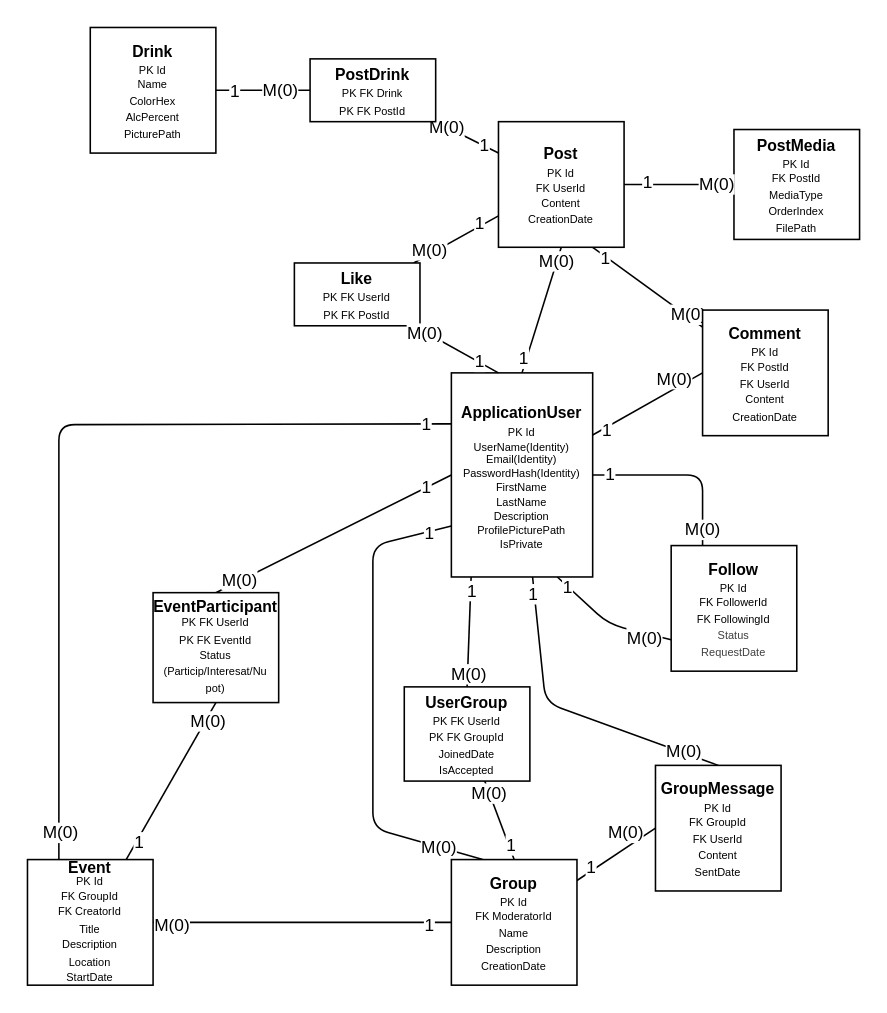
Marius0G/SpritzBuddy keeps this draw.io diagram as ERD.drawio. Above is the earlier version. Source tidied: cells renumbered, new cells numbered last; positions are measured from the earlier drawing's top-left corner, leaving out a move shared by most shapes. Both pictures are drawn from the tidied source at 157%, with x=0, y=0 at pixel (27, 27).
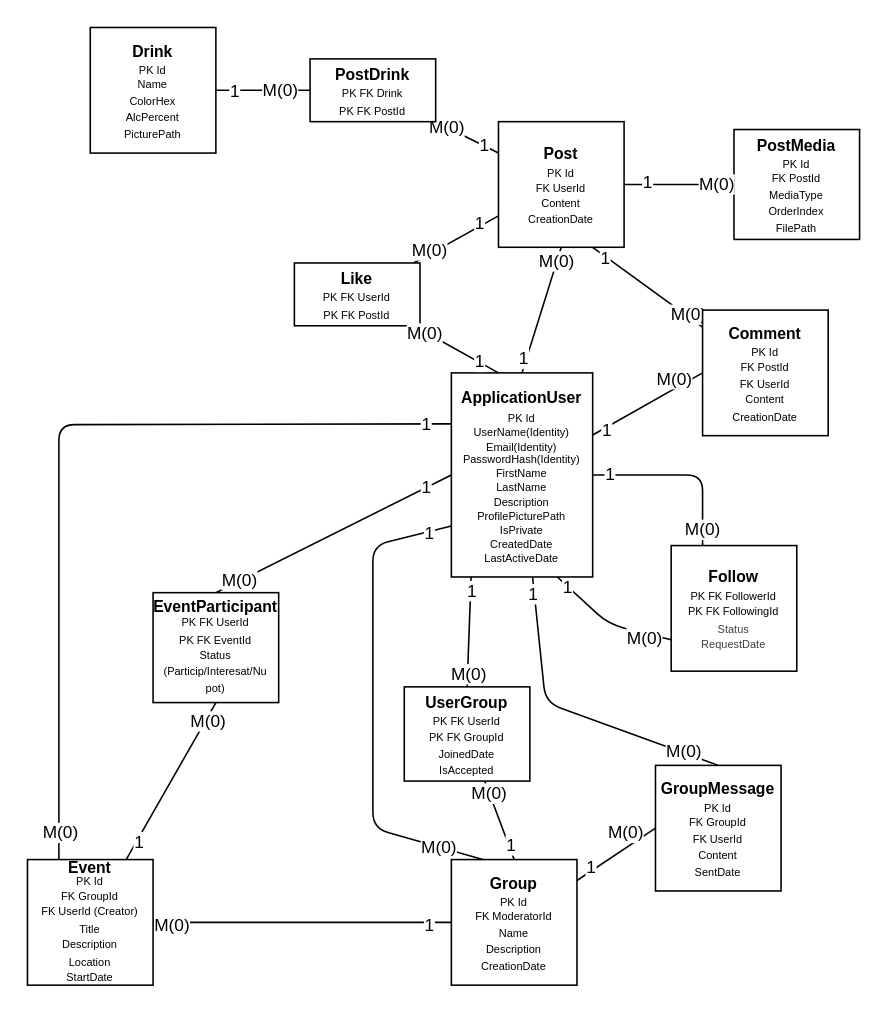
After the change.

Commit message:
Implement feature X to enhance user experience and fix bug Y in module Z

What changed in the source:
```diff
@@
-    <mxCell id="26" value="&lt;font style=&quot;font-size: 10px; line-height: 70%;&quot;&gt;&lt;b&gt;ApplicationUser&lt;/b&gt;&lt;/font&gt;&lt;div style=&quot;line-height: 70%;&quot;&gt;&lt;font style=&quot;font-size: 7px; line-height: 70%;&quot;&gt;PK Id&lt;/font&gt;&lt;/div&gt;&lt;div style=&quot;line-height: 70%;&quot;&gt;&lt;font style=&quot;font-size: 7px; line-height: 70%;&quot;&gt;UserName(Identity)&lt;/font&gt;&lt;/div&gt;&lt;div style=&quot;line-height: 70%;&quot;&gt;&lt;font style=&quot;font-size: 7px; line-height: 70%;&quot;&gt;Email(Identity)&lt;/font&gt;&lt;/div&gt;&lt;div style=&quot;line-height: 70%;&quot;&gt;&lt;font style=&quot;font-size: 7px; line-height: 70%;&quot;&gt;PasswordHash(Identity)&lt;/font&gt;&lt;/div&gt;&lt;div style=&quot;line-height: 70%;&quot;&gt;&lt;font style=&quot;font-size: 7px; line-height: 70%;&quot;&gt;FirstName&lt;/font&gt;&lt;/div&gt;&lt;div style=&quot;line-height: 70%;&quot;&gt;&lt;font style=&quot;font-size: 7px; line-height: 70%;&quot;&gt;LastName&lt;/font&gt;&lt;/div&gt;&lt;div style=&quot;line-height: 70%;&quot;&gt;&lt;font style=&quot;font-size: 7px; line-height: 70%;&quot;&gt;Description&lt;/font&gt;&lt;/div&gt;&lt;div style=&quot;line-height: 70%;&quot;&gt;&lt;font style=&quot;font-size: 7px; line-height: 70%;&quot;&gt;ProfilePicturePath&lt;/font&gt;&lt;/div&gt;&lt;div style=&quot;line-height: 70%;&quot;&gt;&lt;font style=&quot;font-size: 7px; line-height: 70%;&quot;&gt;IsPrivate&lt;/font&gt;&lt;/div&gt;" style="rounded=0;whiteSpace=wrap;html=1;" parent="1" vertex="1">
+    <mxCell id="26" value="&lt;font style=&quot;font-size: 10px; line-height: 70%;&quot;&gt;&lt;b&gt;ApplicationUser&lt;/b&gt;&lt;/font&gt;&lt;div style=&quot;line-height: 70%;&quot;&gt;&lt;font style=&quot;font-size: 7px; line-height: 70%;&quot;&gt;PK Id&lt;/font&gt;&lt;/div&gt;&lt;div style=&quot;line-height: 70%;&quot;&gt;&lt;font style=&quot;font-size: 7px; line-height: 70%;&quot;&gt;UserName(Identity)&lt;/font&gt;&lt;/div&gt;&lt;div style=&quot;line-height: 70%;&quot;&gt;&lt;font style=&quot;font-size: 7px; line-height: 70%;&quot;&gt;Email(Identity)&lt;/font&gt;&lt;/div&gt;&lt;div style=&quot;line-height: 70%;&quot;&gt;&lt;font style=&quot;font-size: 7px; line-height: 70%;&quot;&gt;PasswordHash(Identity)&lt;/font&gt;&lt;/div&gt;&lt;div style=&quot;line-height: 70%;&quot;&gt;&lt;font style=&quot;font-size: 7px; line-height: 70%;&quot;&gt;FirstName&lt;/font&gt;&lt;/div&gt;&lt;div style=&quot;line-height: 70%;&quot;&gt;&lt;font style=&quot;font-size: 7px; line-height: 70%;&quot;&gt;LastName&lt;/font&gt;&lt;/div&gt;&lt;div style=&quot;line-height: 70%;&quot;&gt;&lt;font style=&quot;font-size: 7px; line-height: 70%;&quot;&gt;Description&lt;/font&gt;&lt;/div&gt;&lt;div style=&quot;line-height: 70%;&quot;&gt;&lt;font style=&quot;font-size: 7px; line-height: 70%;&quot;&gt;ProfilePicturePath&lt;/font&gt;&lt;/div&gt;&lt;div style=&quot;line-height: 70%;&quot;&gt;&lt;font style=&quot;font-size: 7px; line-height: 70%;&quot;&gt;IsPrivate&lt;/font&gt;&lt;/div&gt;&lt;div style=&quot;line-height: 70%;&quot;&gt;&lt;font style=&quot;font-size: 7px; line-height: 70%;&quot;&gt;CreatedDate&lt;/font&gt;&lt;/div&gt;&lt;div style=&quot;line-height: 70%;&quot;&gt;&lt;font style=&quot;font-size: 7px; line-height: 70%;&quot;&gt;LastActiveDate&lt;/font&gt;&lt;/div&gt;" style="rounded=0;whiteSpace=wrap;html=1;" parent="1" vertex="1">
       <mxGeometry x="270" y="220" width="90" height="130" as="geometry" />
     </mxCell>
@@
-    <mxCell id="43" value="&lt;font style=&quot;font-size: 10px; line-height: 70%;&quot;&gt;&lt;b&gt;Follow&lt;/b&gt;&lt;/font&gt;&lt;div style=&quot;line-height: 70%;&quot;&gt;&lt;font style=&quot;font-size: 7px; line-height: 70%;&quot;&gt;PK Id&lt;/font&gt;&lt;/div&gt;&lt;div style=&quot;line-height: 70%;&quot;&gt;&lt;span style=&quot;font-size: 7px;&quot;&gt;FK FollowerId&lt;/span&gt;&lt;/div&gt;&lt;div style=&quot;line-height: 70%;&quot;&gt;&lt;span style=&quot;font-size: 7px;&quot;&gt;FK FollowingId&lt;/span&gt;&lt;/div&gt;&lt;div style=&quot;line-height: 70%;&quot;&gt;&lt;span style=&quot;color: rgb(63, 63, 63); font-size: 7px; background-color: transparent;&quot;&gt;Status&lt;/span&gt;&lt;/div&gt;&lt;div style=&quot;line-height: 70%;&quot;&gt;&lt;span style=&quot;color: rgb(63, 63, 63); font-size: 7px; background-color: transparent;&quot;&gt;RequestDate&lt;/span&gt;&lt;/div&gt;" style="rounded=0;whiteSpace=wrap;html=1;" parent="1" vertex="1">
+    <mxCell id="43" value="&lt;font style=&quot;font-size: 10px; line-height: 70%;&quot;&gt;&lt;b&gt;Follow&lt;/b&gt;&lt;/font&gt;&lt;div style=&quot;line-height: 70%;&quot;&gt;&lt;span style=&quot;font-size: 7px;&quot;&gt;PK FK FollowerId&lt;/span&gt;&lt;/div&gt;&lt;div style=&quot;line-height: 70%;&quot;&gt;&lt;span style=&quot;font-size: 7px;&quot;&gt;PK FK FollowingId&lt;/span&gt;&lt;/div&gt;&lt;div style=&quot;line-height: 70%;&quot;&gt;&lt;span style=&quot;color: rgb(63, 63, 63); font-size: 7px; background-color: transparent;&quot;&gt;Status&lt;/span&gt;&lt;/div&gt;&lt;div style=&quot;line-height: 70%;&quot;&gt;&lt;span style=&quot;color: rgb(63, 63, 63); font-size: 7px; background-color: transparent;&quot;&gt;RequestDate&lt;/span&gt;&lt;/div&gt;" style="rounded=0;whiteSpace=wrap;html=1;" parent="1" vertex="1">
       <mxGeometry x="410" y="330" width="80" height="80" as="geometry" />
     </mxCell>
@@
-    <mxCell id="70" value="&lt;div style=&quot;line-height: 70%;&quot;&gt;&lt;font style=&quot;line-height: 70%; font-size: 10px;&quot;&gt;&lt;b&gt;Event&lt;/b&gt;&lt;/font&gt;&lt;/div&gt;&lt;div style=&quot;line-height: 70%;&quot;&gt;&lt;font style=&quot;font-size: 7px; line-height: 70%;&quot;&gt;PK Id&lt;/font&gt;&lt;/div&gt;&lt;div style=&quot;line-height: 70%;&quot;&gt;&lt;span style=&quot;font-size: 7px;&quot;&gt;FK GroupId&lt;br&gt;&lt;/span&gt;&lt;/div&gt;&lt;div style=&quot;line-height: 70%;&quot;&gt;&lt;span style=&quot;font-size: 7px;&quot;&gt;FK CreatorId&lt;/span&gt;&lt;/div&gt;&lt;div style=&quot;line-height: 70%;&quot;&gt;&lt;span style=&quot;font-size: 7px;&quot;&gt;Title&lt;/span&gt;&lt;/div&gt;&lt;div style=&quot;line-height: 70%;&quot;&gt;&lt;span style=&quot;font-size: 7px;&quot;&gt;Description&lt;/span&gt;&lt;/div&gt;&lt;div style=&quot;line-height: 70%;&quot;&gt;&lt;span style=&quot;font-size: 7px;&quot;&gt;Location&lt;/span&gt;&lt;/div&gt;&lt;div style=&quot;line-height: 70%;&quot;&gt;&lt;span style=&quot;font-size: 7px;&quot;&gt;StartDate&lt;/span&gt;&lt;/div&gt;" style="rounded=0;whiteSpace=wrap;html=1;" parent="1" vertex="1">
+    <mxCell id="70" value="&lt;div style=&quot;line-height: 70%;&quot;&gt;&lt;font style=&quot;line-height: 70%; font-size: 10px;&quot;&gt;&lt;b&gt;Event&lt;/b&gt;&lt;/font&gt;&lt;/div&gt;&lt;div style=&quot;line-height: 70%;&quot;&gt;&lt;font style=&quot;font-size: 7px; line-height: 70%;&quot;&gt;PK Id&lt;/font&gt;&lt;/div&gt;&lt;div style=&quot;line-height: 70%;&quot;&gt;&lt;span style=&quot;font-size: 7px;&quot;&gt;FK GroupId&lt;br&gt;&lt;/span&gt;&lt;/div&gt;&lt;div style=&quot;line-height: 70%;&quot;&gt;&lt;span style=&quot;font-size: 7px;&quot;&gt;FK UserId (Creator)&lt;/span&gt;&lt;/div&gt;&lt;div style=&quot;line-height: 70%;&quot;&gt;&lt;span style=&quot;font-size: 7px;&quot;&gt;Title&lt;/span&gt;&lt;/div&gt;&lt;div style=&quot;line-height: 70%;&quot;&gt;&lt;span style=&quot;font-size: 7px;&quot;&gt;Description&lt;/span&gt;&lt;/div&gt;&lt;div style=&quot;line-height: 70%;&quot;&gt;&lt;span style=&quot;font-size: 7px;&quot;&gt;Location&lt;/span&gt;&lt;/div&gt;&lt;div style=&quot;line-height: 70%;&quot;&gt;&lt;span style=&quot;font-size: 7px;&quot;&gt;StartDate&lt;/span&gt;&lt;/div&gt;" style="rounded=0;whiteSpace=wrap;html=1;" parent="1" vertex="1">
       <mxGeometry y="530" width="80" height="80" as="geometry" />
     </mxCell>
```
